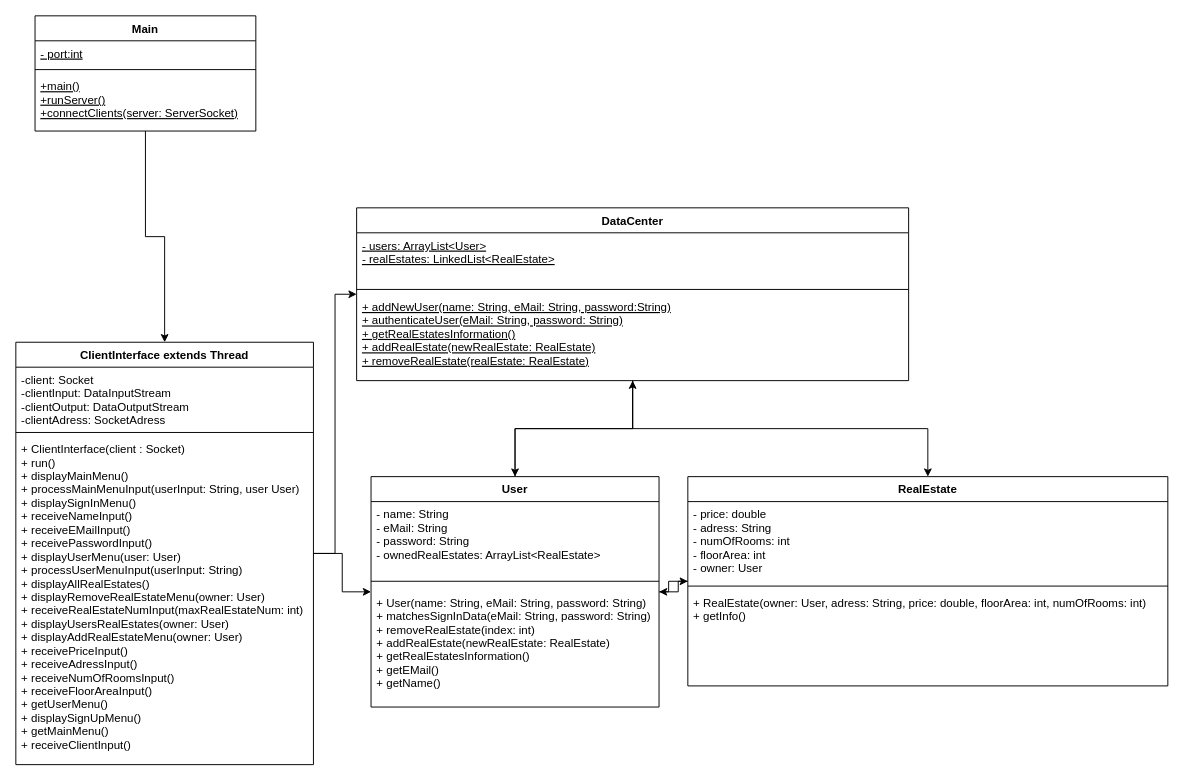
FabioKron/Online-Immobilienportal keeps this draw.io diagram as KlassendiagrammServer.drawio. Above is the earlier version. Source tidied: cells renumbered, new cells numbered last; positions are measured from the earlier drawing's top-left corner, leaving out a move shared by most shapes. Both pictures are drawn from the tidied source at 96%, with x=0, y=0 at pixel (15, 15).
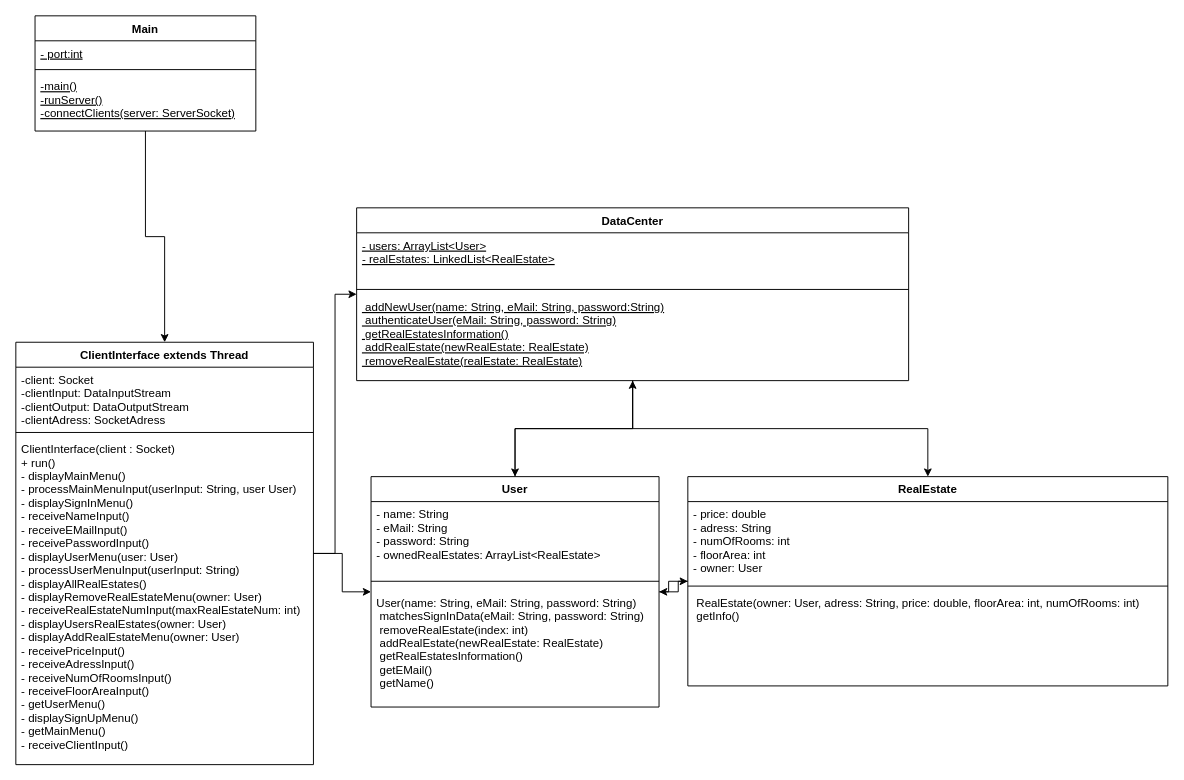
The same diagram, later.

Unchanged cells that the change refers to:
```xml
<mxCell id="3" value="Main" style="swimlane;fontStyle=1;align=center;verticalAlign=top;horizontal=1;startSize=26;" parent="1" vertex="1">
  <mxGeometry x="20" width="230" height="120" as="geometry" />
</mxCell>
<mxCell id="9" value="ClientInterface extends Thread" style="swimlane;fontStyle=1;align=center;verticalAlign=top;horizontal=1;startSize=26;" parent="1" vertex="1">
  <mxGeometry y="340" width="310" height="440" as="geometry" />
</mxCell>
<mxCell id="15" value="User" style="swimlane;fontStyle=1;align=center;verticalAlign=top;horizontal=1;startSize=26;" parent="1" vertex="1">
  <mxGeometry x="370" y="480" width="300" height="240" as="geometry" />
</mxCell>
<mxCell id="21" value="DataCenter" style="swimlane;fontStyle=1;align=center;verticalAlign=top;horizontal=1;startSize=26;" parent="1" vertex="1">
  <mxGeometry x="355" y="200" width="575" height="180" as="geometry" />
</mxCell>
<mxCell id="26" value="RealEstate" style="swimlane;fontStyle=1;align=center;verticalAlign=top;horizontal=1;startSize=26;" parent="1" vertex="1">
  <mxGeometry x="700" y="480" width="500" height="218" as="geometry" />
</mxCell>
```

The edit, as a diff of the source:
```diff
@@
-    <mxCell id="6" value="+main()&#10;+runServer()&#10;+connectClients(server: ServerSocket)&#10;" style="text;strokeColor=none;fillColor=none;align=left;verticalAlign=top;spacingLeft=4;spacingRight=4;overflow=hidden;fontStyle=4;" parent="3" vertex="1">
+    <mxCell id="6" value="-main()&#10;-runServer()&#10;-connectClients(server: ServerSocket)&#10;" style="text;strokeColor=none;fillColor=none;align=left;verticalAlign=top;spacingLeft=4;spacingRight=4;overflow=hidden;fontStyle=4;" parent="3" vertex="1">
       <mxGeometry y="60" width="230" height="60" as="geometry" />
     </mxCell>
@@
-    <mxCell id="12" value="+ ClientInterface(client : Socket)&#10;+ run()&#10;+ displayMainMenu()&#10;+ processMainMenuInput(userInput: String, user User)&#10;+ displaySignInMenu()&#10;+ receiveNameInput()&#10;+ receiveEMailInput()&#10;+ receivePasswordInput()&#10;+ displayUserMenu(user: User)&#10;+ processUserMenuInput(userInput: String)&#10;+ displayAllRealEstates()&#10;+ displayRemoveRealEstateMenu(owner: User)&#10;+ receiveRealEstateNumInput(maxRealEstateNum: int)&#10;+ displayUsersRealEstates(owner: User)&#10;+ displayAddRealEstateMenu(owner: User)&#10;+ receivePriceInput()&#10;+ receiveAdressInput()&#10;+ receiveNumOfRoomsInput()&#10;+ receiveFloorAreaInput()&#10;+ getUserMenu()&#10;+ displaySignUpMenu()&#10;+ getMainMenu()&#10;+ receiveClientInput()&#10;" style="text;strokeColor=none;fillColor=none;align=left;verticalAlign=top;spacingLeft=4;spacingRight=4;overflow=hidden;" parent="9" vertex="1">
+    <mxCell id="12" value="ClientInterface(client : Socket)&#10;+ run()&#10;- displayMainMenu()&#10;- processMainMenuInput(userInput: String, user User)&#10;- displaySignInMenu()&#10;- receiveNameInput()&#10;- receiveEMailInput()&#10;- receivePasswordInput()&#10;- displayUserMenu(user: User)&#10;- processUserMenuInput(userInput: String)&#10;- displayAllRealEstates()&#10;- displayRemoveRealEstateMenu(owner: User)&#10;- receiveRealEstateNumInput(maxRealEstateNum: int)&#10;- displayUsersRealEstates(owner: User)&#10;- displayAddRealEstateMenu(owner: User)&#10;- receivePriceInput()&#10;- receiveAdressInput()&#10;- receiveNumOfRoomsInput()&#10;- receiveFloorAreaInput()&#10;- getUserMenu()&#10;- displaySignUpMenu()&#10;- getMainMenu()&#10;- receiveClientInput()&#10;" style="text;strokeColor=none;fillColor=none;align=left;verticalAlign=top;spacingLeft=4;spacingRight=4;overflow=hidden;" parent="9" vertex="1">
       <mxGeometry y="98" width="310" height="342" as="geometry" />
     </mxCell>
@@
-    <mxCell id="18" value="+ User(name: String, eMail: String, password: String)&#10;+ matchesSignInData(eMail: String, password: String)&#10;+ removeRealEstate(index: int)&#10;+ addRealEstate(newRealEstate: RealEstate)&#10;+ getRealEstatesInformation()&#10;+ getEMail()&#10;+ getName()" style="text;strokeColor=none;fillColor=none;align=left;verticalAlign=top;spacingLeft=4;spacingRight=4;overflow=hidden;" parent="15" vertex="1">
+    <mxCell id="18" value="User(name: String, eMail: String, password: String)&#10; matchesSignInData(eMail: String, password: String)&#10; removeRealEstate(index: int)&#10; addRealEstate(newRealEstate: RealEstate)&#10; getRealEstatesInformation()&#10; getEMail()&#10; getName()" style="text;strokeColor=none;fillColor=none;align=left;verticalAlign=top;spacingLeft=4;spacingRight=4;overflow=hidden;" parent="15" vertex="1">
       <mxGeometry y="118" width="300" height="122" as="geometry" />
     </mxCell>
@@
-    <mxCell id="24" value="+ addNewUser(name: String, eMail: String, password:String)&#10;+ authenticateUser(eMail: String, password: String)&#10;+ getRealEstatesInformation()&#10;+ addRealEstate(newRealEstate: RealEstate)&#10;+ removeRealEstate(realEstate: RealEstate)" style="text;strokeColor=none;fillColor=none;align=left;verticalAlign=top;spacingLeft=4;spacingRight=4;overflow=hidden;fontStyle=4;" parent="21" vertex="1">
+    <mxCell id="24" value=" addNewUser(name: String, eMail: String, password:String)&#10; authenticateUser(eMail: String, password: String)&#10; getRealEstatesInformation()&#10; addRealEstate(newRealEstate: RealEstate)&#10; removeRealEstate(realEstate: RealEstate)" style="text;strokeColor=none;fillColor=none;align=left;verticalAlign=top;spacingLeft=4;spacingRight=4;overflow=hidden;fontStyle=4;" parent="21" vertex="1">
       <mxGeometry y="90" width="575" height="90" as="geometry" />
     </mxCell>
@@
-    <mxCell id="29" value="+ RealEstate(owner: User, adress: String, price: double, floorArea: int, numOfRooms: int)&#10;+ getInfo()" style="text;strokeColor=none;fillColor=none;align=left;verticalAlign=top;spacingLeft=4;spacingRight=4;overflow=hidden;" parent="26" vertex="1">
+    <mxCell id="29" value=" RealEstate(owner: User, adress: String, price: double, floorArea: int, numOfRooms: int)&#10; getInfo()" style="text;strokeColor=none;fillColor=none;align=left;verticalAlign=top;spacingLeft=4;spacingRight=4;overflow=hidden;" parent="26" vertex="1">
       <mxGeometry y="118" width="500" height="100" as="geometry" />
     </mxCell>
```
